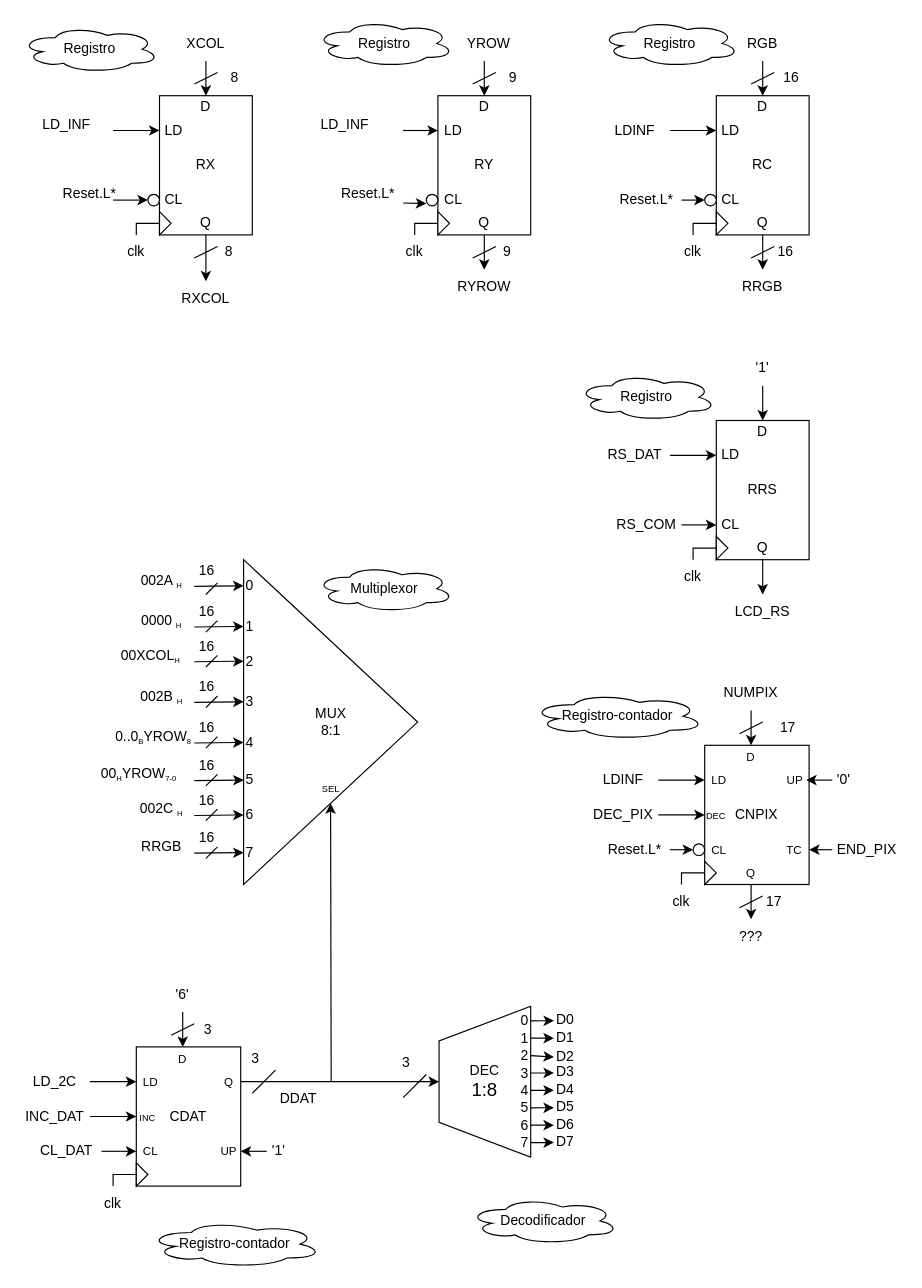
This is page "UP" (2 of 2) of Grupo-C4/Proyecto/Documentación/LCD_CTRL.drawio from AlexAgustin/Grupo-C4, a draw.io file, before an edit. Source tidied: cells renumbered, new cells numbered last; positions are measured from the earlier drawing's top-left corner, leaving out a move shared by most shapes. Both pictures are drawn from the tidied source at 116%, with x=0, y=0 at pixel (20, 20).
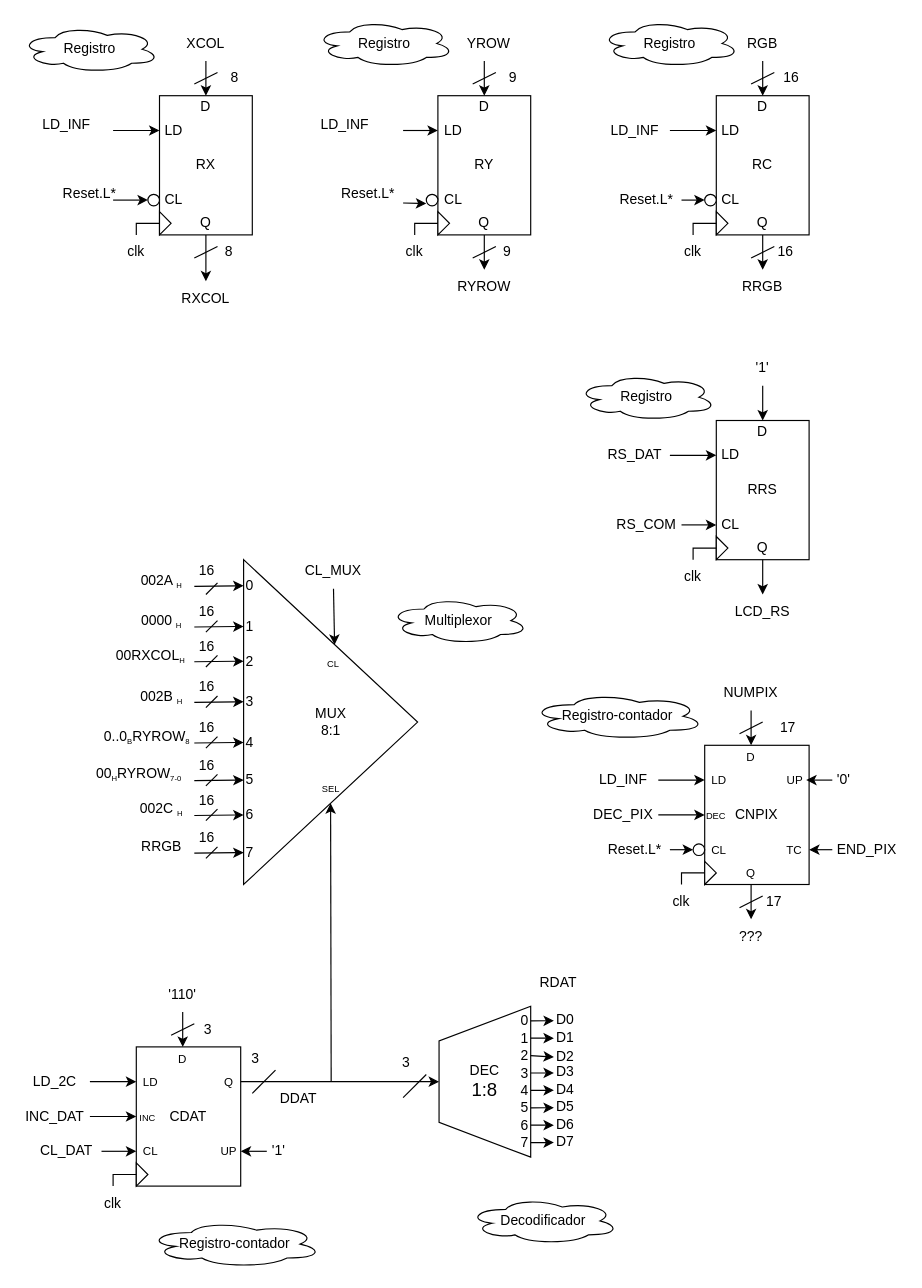
The same page after the edit.

Unchanged cells that the change refers to:
```xml
<mxCell id="168" value="&lt;div&gt;MUX&lt;/div&gt;&lt;div&gt;8:1&lt;br&gt;&lt;/div&gt;" style="triangle;whiteSpace=wrap;html=1;fontSize=12;" parent="1" vertex="1">
  <mxGeometry x="192.5" y="465" width="150" height="280" as="geometry" />
</mxCell>
```

Change to the diagram source:
```diff
@@
-    <mxCell id="27" value="LDINF" style="text;html=1;strokeColor=none;fillColor=none;align=center;verticalAlign=middle;whiteSpace=wrap;rounded=0;" parent="1" vertex="1">
+    <mxCell id="27" value="LD_INF" style="text;html=1;strokeColor=none;fillColor=none;align=center;verticalAlign=middle;whiteSpace=wrap;rounded=0;" parent="1" vertex="1">
       <mxGeometry x="500" y="80" width="60" height="30" as="geometry" />
     </mxCell>
@@
-    <mxCell id="85" value="LDINF" style="text;html=1;strokeColor=none;fillColor=none;align=center;verticalAlign=middle;whiteSpace=wrap;rounded=0;" parent="1" vertex="1">
+    <mxCell id="85" value="LD_INF" style="text;html=1;strokeColor=none;fillColor=none;align=center;verticalAlign=middle;whiteSpace=wrap;rounded=0;" parent="1" vertex="1">
       <mxGeometry x="490" y="640" width="60" height="30" as="geometry" />
     </mxCell>
@@
-    <mxCell id="123" value="'6'" style="text;html=1;strokeColor=none;fillColor=none;align=center;verticalAlign=middle;whiteSpace=wrap;rounded=0;" parent="1" vertex="1">
+    <mxCell id="123" value="'110'" style="text;html=1;strokeColor=none;fillColor=none;align=center;verticalAlign=middle;whiteSpace=wrap;rounded=0;" parent="1" vertex="1">
       <mxGeometry x="110" y="825" width="60" height="30" as="geometry" />
     </mxCell>
@@
-    <mxCell id="186" value="00XCOL&lt;font style=&quot;font-size: 8px;&quot;&gt;&lt;sub&gt;H&lt;/sub&gt;&lt;/font&gt;" style="text;html=1;strokeColor=none;fillColor=none;align=center;verticalAlign=middle;whiteSpace=wrap;rounded=0;fontSize=12;" parent="1" vertex="1">
+    <mxCell id="186" value="00RXCOL&lt;font style=&quot;font-size: 8px;&quot;&gt;&lt;sub&gt;H&lt;/sub&gt;&lt;/font&gt;" style="text;html=1;strokeColor=none;fillColor=none;align=center;verticalAlign=middle;whiteSpace=wrap;rounded=0;fontSize=12;" parent="1" vertex="1">
       <mxGeometry x="80" y="535" width="65" height="25" as="geometry" />
     </mxCell>
@@
-    <mxCell id="195" value="0..0&lt;font style=&quot;font-size: 8px;&quot;&gt;&lt;sub&gt;B&lt;/sub&gt;&lt;/font&gt;YROW&lt;font style=&quot;font-size: 8px;&quot;&gt;&lt;sub&gt;8&lt;/sub&gt;&lt;/font&gt;" style="text;html=1;strokeColor=none;fillColor=none;align=center;verticalAlign=middle;whiteSpace=wrap;rounded=0;fontSize=12;" parent="1" vertex="1">
-      <mxGeometry x="91.2" y="605" width="47.5" height="25" as="geometry" />
+    <mxCell id="195" value="0..0&lt;font style=&quot;font-size: 8px;&quot;&gt;&lt;sub&gt;B&lt;/sub&gt;&lt;/font&gt;RYROW&lt;font style=&quot;font-size: 8px;&quot;&gt;&lt;sub&gt;8&lt;/sub&gt;&lt;/font&gt;" style="text;html=1;strokeColor=none;fillColor=none;align=center;verticalAlign=middle;whiteSpace=wrap;rounded=0;fontSize=12;" parent="1" vertex="1">
+      <mxGeometry x="80" y="605" width="58.8" height="25" as="geometry" />
     </mxCell>
@@
-    <mxCell id="199" value="00&lt;font style=&quot;font-size: 8px;&quot;&gt;&lt;sub&gt;H&lt;/sub&gt;&lt;/font&gt;YROW&lt;font style=&quot;font-size: 8px;&quot;&gt;&lt;sub&gt;7-0&lt;/sub&gt;&lt;/font&gt;" style="text;html=1;strokeColor=none;fillColor=none;align=center;verticalAlign=middle;whiteSpace=wrap;rounded=0;fontSize=12;" parent="1" vertex="1">
+    <mxCell id="199" value="00&lt;font style=&quot;font-size: 8px;&quot;&gt;&lt;sub&gt;H&lt;/sub&gt;&lt;/font&gt;RYROW&lt;font style=&quot;font-size: 8px;&quot;&gt;&lt;sub&gt;7-0&lt;/sub&gt;&lt;/font&gt;" style="text;html=1;strokeColor=none;fillColor=none;align=center;verticalAlign=middle;whiteSpace=wrap;rounded=0;fontSize=12;" parent="1" vertex="1">
       <mxGeometry x="60" y="637.5" width="85" height="25" as="geometry" />
     </mxCell>
@@
     <mxCell id="218" value="Multiplexor" style="ellipse;shape=cloud;whiteSpace=wrap;html=1;fontSize=12;" parent="1" vertex="1">
-      <mxGeometry x="254" y="470" width="120" height="40" as="geometry" />
+      <mxGeometry x="318" y="497.5" width="120" height="40" as="geometry" />
     </mxCell>
+    <mxCell id="219" value="CL_MUX" style="text;html=1;strokeColor=none;fillColor=none;align=center;verticalAlign=middle;whiteSpace=wrap;rounded=0;" parent="1" vertex="1">
+      <mxGeometry x="240" y="460" width="60" height="30" as="geometry" />
+    </mxCell>
+    <mxCell id="220" style="endArrow=classic;html=1;rounded=0;exitX=0.5;exitY=1;exitDx=0;exitDy=0;entryX=0.523;entryY=0.262;entryDx=0;entryDy=0;entryPerimeter=0;" parent="1" edge="1" source="219" target="168">
+      <mxGeometry relative="1" as="geometry" />
+    </mxCell>
+    <mxCell id="221" value="CL" style="text;html=1;strokeColor=none;fillColor=none;align=center;verticalAlign=middle;whiteSpace=wrap;rounded=0;fontSize=8;" parent="1" vertex="1">
+      <mxGeometry x="260" y="540" width="20" height="30" as="geometry" />
+    </mxCell>
+    <mxCell id="222" value="RDAT" style="text;html=1;strokeColor=none;fillColor=none;align=center;verticalAlign=middle;whiteSpace=wrap;rounded=0;" parent="1" vertex="1">
+      <mxGeometry x="434" y="815" width="60" height="30" as="geometry" />
+    </mxCell>
```
